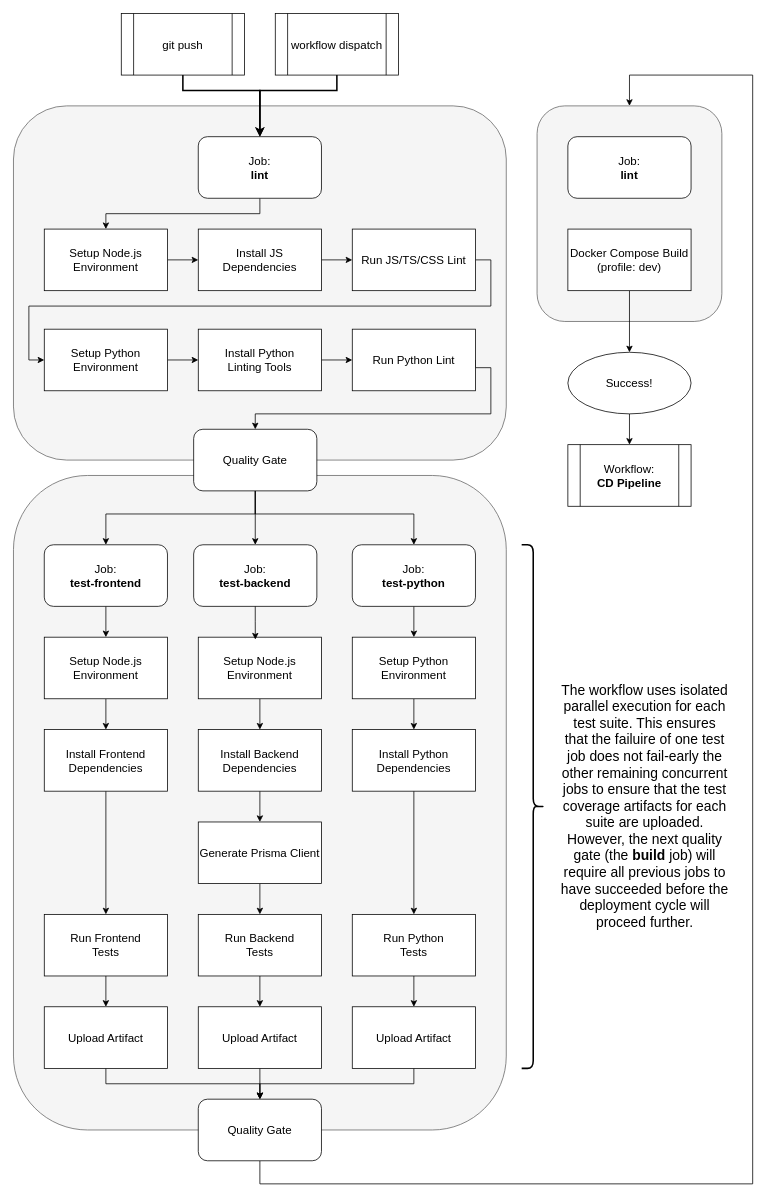
This is 06-Diagrams/CI.drawio from corey-richardson/comp3000, a draw.io file, before an edit. Source tidied: cells renumbered, new cells numbered last; positions are measured from the earlier drawing's top-left corner, leaving out a move shared by most shapes. Both pictures are drawn from the tidied source at 77%, with x=0, y=0 at pixel (13, 13).
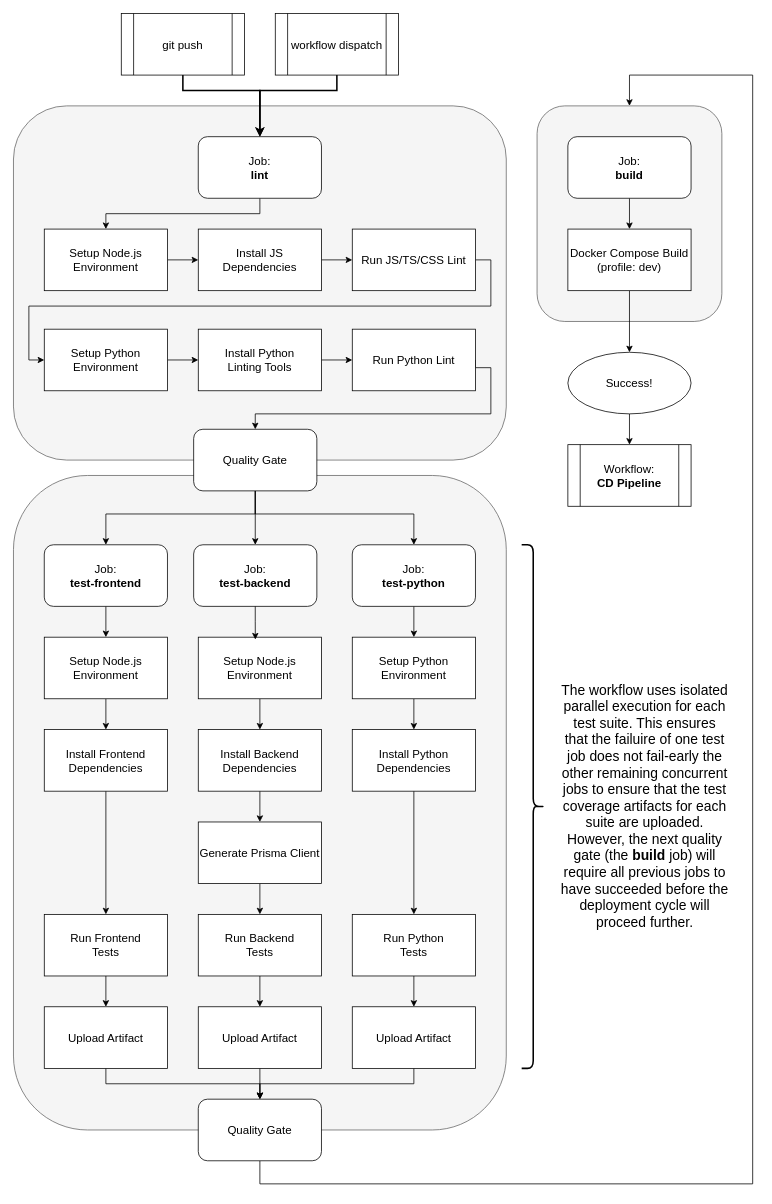
The same diagram, later.

Unchanged cells that the change refers to:
```xml
<mxCell id="63" value="Docker Compose Build&lt;br&gt;(profile: dev)" style="rounded=0;whiteSpace=wrap;html=1;fontSize=15;" parent="1" vertex="1">
  <mxGeometry x="720" y="280" width="160" height="80" as="geometry" />
</mxCell>
```

What changed in the source:
```diff
@@
+    <mxCell id="69" style="edgeStyle=orthogonalEdgeStyle;rounded=0;jettySize=auto;html=1;exitX=0.5;exitY=1;exitDx=0;exitDy=0;entryX=0.5;entryY=0;entryDx=0;entryDy=0;" parent="1" edge="1" source="61" target="63">
+      <mxGeometry relative="1" as="geometry" />
+    </mxCell>
-    <mxCell id="61" value="Job:&lt;div&gt;&lt;b&gt;lint&lt;/b&gt;&lt;span style=&quot;background-color: transparent; color: rgba(0, 0, 0, 0); font-family: monospace; font-size: 0px; text-align: start; text-wrap-mode: nowrap;&quot;&gt;lint%3CmxGraphModel%3E%3Croot%3E%3CmxCell%20id%3D%220%22%2F%3E%3CmxCell%20id%3D%221%22%20parent%3D%220%22%2F%3E%3CmxCell%20id%3D%222%22%20parent%3D%221%22%20style%3D%22rounded%3D1%3BwhiteSpace%3Dwrap%3Bhtml%3D1%3BfontSize%3D15%3B%22%20value%3D%22%22%20vertex%3D%221%22%3E%3CmxGeometry%20height%3D%2280%22%20width%3D%22160%22%20x%3D%2280%22%20y%3D%2240%22%20as%3D%22geometry%22%2F%3E%3C%2FmxCell%3E%3C%2Froot%3E%3C%2FmxGraphModel%3El&lt;/span&gt;&lt;/div&gt;" style="rounded=1;whiteSpace=wrap;html=1;fontSize=15;" parent="1" vertex="1">
+    <mxCell id="61" value="Job:&lt;div&gt;&lt;b&gt;build&lt;/b&gt;&lt;span style=&quot;background-color: transparent; color: rgba(0, 0, 0, 0); font-family: monospace; font-size: 0px; text-align: start; text-wrap-mode: nowrap;&quot;&gt;lint%3CmxGraphModel%3E%3Croot%3E%3CmxCell%20id%3D%220%22%2F%3E%3CmxCell%20id%3D%221%22%20parent%3D%220%22%2F%3E%3CmxCell%20id%3D%222%22%20parent%3D%221%22%20style%3D%22rounded%3D1%3BwhiteSpace%3Dwrap%3Bhtml%3D1%3BfontSize%3D15%3B%22%20value%3D%22%22%20vertex%3D%221%22%3E%3CmxGeometry%20height%3D%2280%22%20width%3D%22160%22%20x%3D%2280%22%20y%3D%2240%22%20as%3D%22geometry%22%2F%3E%3C%2FmxCell%3E%3C%2Froot%3E%3C%2FmxGraphModel%3El&lt;/span&gt;&lt;/div&gt;" style="rounded=1;whiteSpace=wrap;html=1;fontSize=15;" parent="1" vertex="1">
       <mxGeometry x="720" y="160" width="160" height="80" as="geometry" />
     </mxCell>
```
